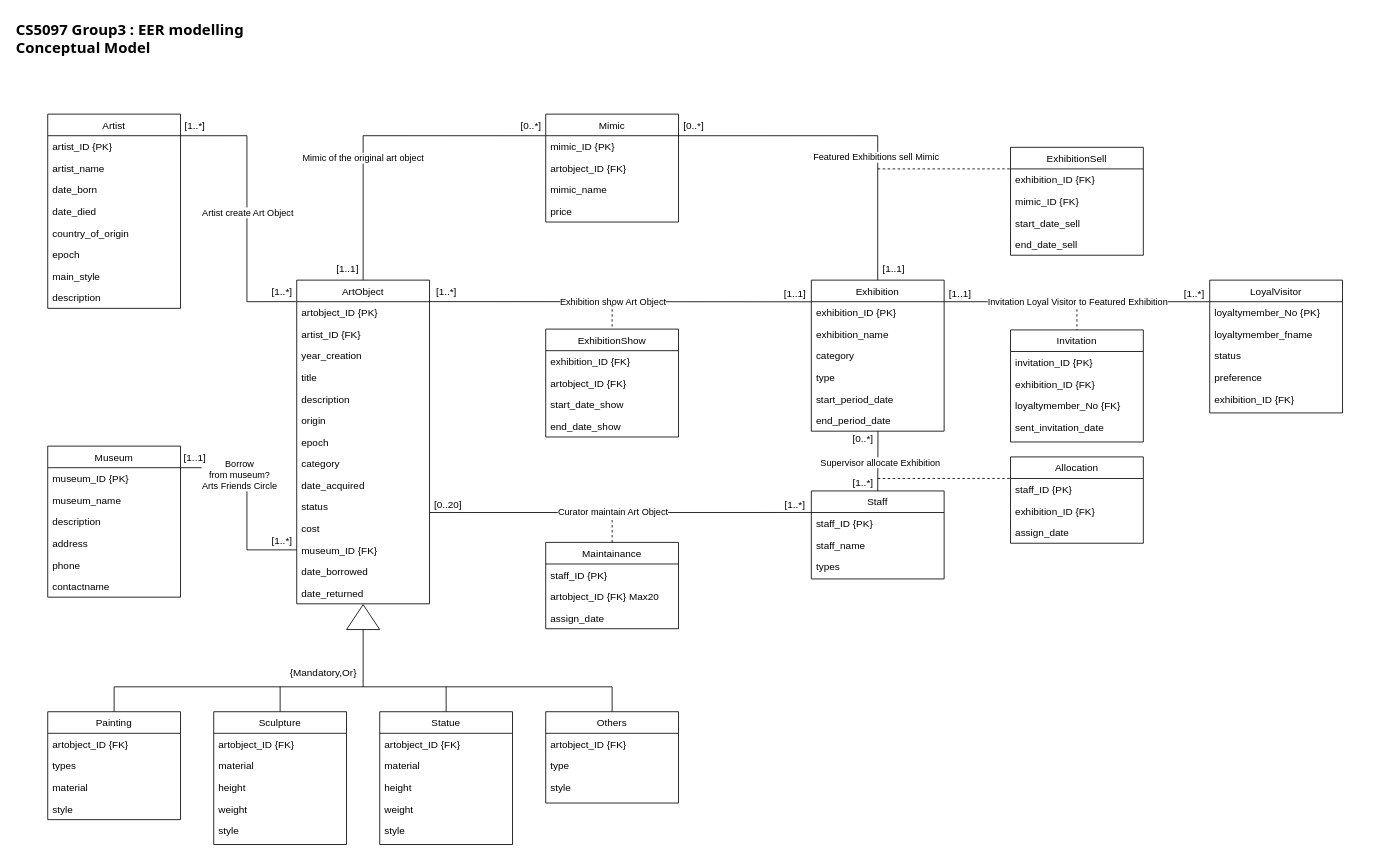
The draw.io diagram Group3_EER_Conceptual-model.drawio in chanokchut/CS5097, before the edit. Source tidied: cells renumbered, new cells numbered last; positions are measured from the earlier drawing's top-left corner, leaving out a move shared by most shapes. Both pictures are drawn from the tidied source at 83%, with x=0, y=0 at pixel (14, 14).
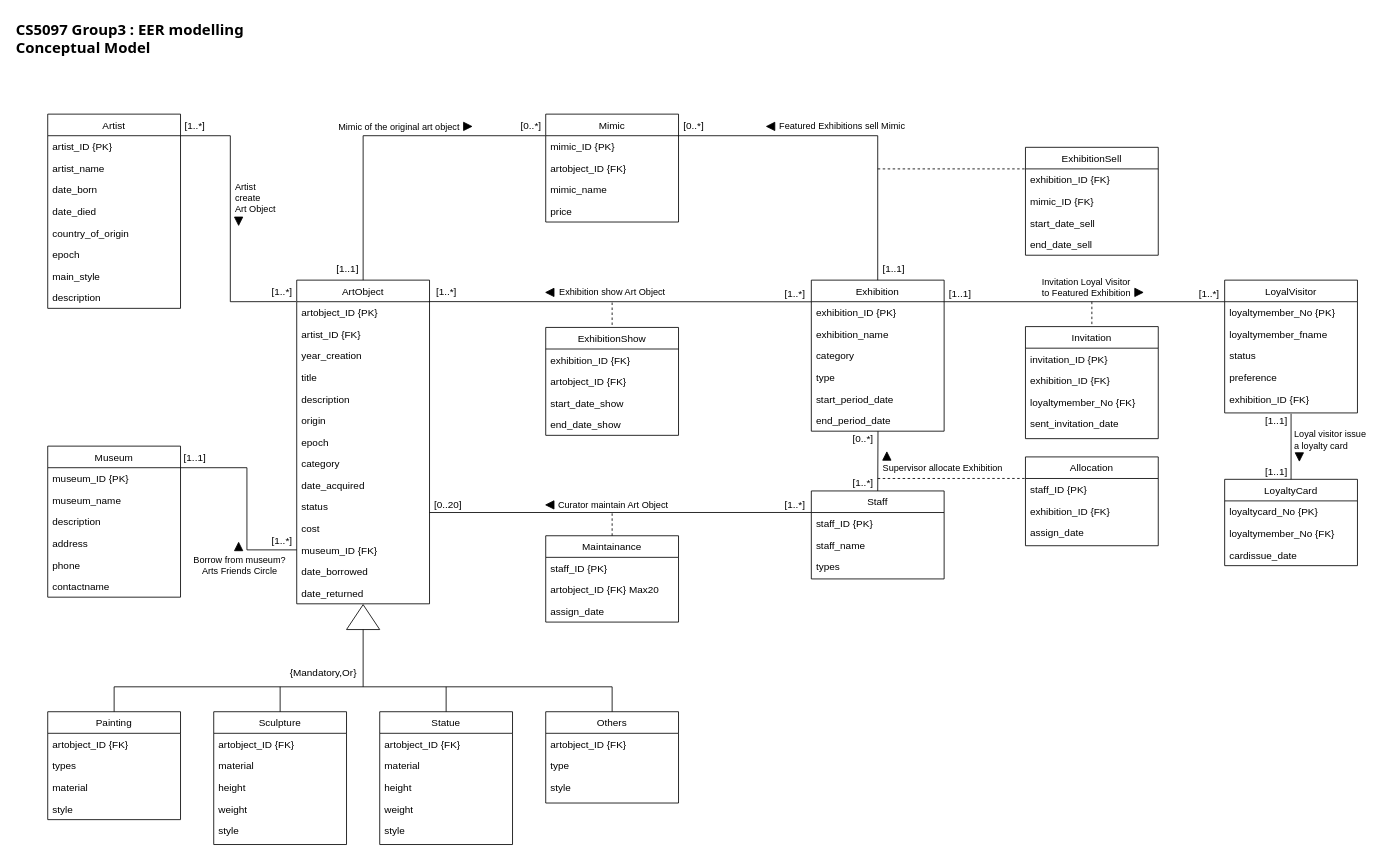
Above is the later version.

Unchanged cells that the change refers to:
```xml
<mxCell id="10" value="artobject_ID {PK}" style="text;align=left;verticalAlign=top;spacingLeft=4;spacingRight=4;overflow=hidden;points=[[0,0.5],[1,0.5]];portConstraint=eastwest;" parent="9" vertex="1">
  <mxGeometry y="26" width="160" height="26" as="geometry" />
</mxCell>
<mxCell id="25" value="artist_ID {PK}" style="text;align=left;verticalAlign=top;spacingLeft=4;spacingRight=4;overflow=hidden;points=[[0,0.5],[1,0.5]];portConstraint=eastwest;" parent="24" vertex="1">
  <mxGeometry y="26" width="160" height="26" as="geometry" />
</mxCell>
<mxCell id="71" value="exhibition_ID {FK}" style="text;align=left;verticalAlign=top;spacingLeft=4;spacingRight=4;overflow=hidden;points=[[0,0.5],[1,0.5]];portConstraint=eastwest;" parent="66" vertex="1">
  <mxGeometry y="130" width="160" height="26" as="geometry" />
</mxCell>
<mxCell id="107" style="endArrow=none;html=1;rounded=0;exitX=0;exitY=0.5;exitDx=0;exitDy=0;entryX=0.997;entryY=0;entryDx=0;entryDy=0;entryPerimeter=0;" parent="1" edge="1" source="21" target="3">
  <mxGeometry relative="1" as="geometry">
    <Array as="points">
      <mxPoint x="280" y="645" />
      <mxPoint x="280" y="546" />
    </Array>
  </mxGeometry>
</mxCell>
<mxCell id="112" style="endArrow=none;html=1;rounded=0;entryX=0.5;entryY=0;entryDx=0;entryDy=0;exitX=-0.002;exitY=0.001;exitDx=0;exitDy=0;exitPerimeter=0;" parent="1" edge="1" source="62" target="9">
  <mxGeometry relative="1" as="geometry">
    <Array as="points">
      <mxPoint x="420" y="146" />
    </Array>
  </mxGeometry>
</mxCell>
<mxCell id="114" style="endArrow=none;html=1;rounded=0;exitX=0.001;exitY=0.004;exitDx=0;exitDy=0;exitPerimeter=0;entryX=0.995;entryY=-0.004;entryDx=0;entryDy=0;entryPerimeter=0;" parent="1" edge="1" source="55" target="10">
  <mxGeometry relative="1" as="geometry" />
</mxCell>
<mxCell id="116" style="endArrow=none;html=1;rounded=0;exitX=0;exitY=-0.002;exitDx=0;exitDy=0;exitPerimeter=0;entryX=1;entryY=0.769;entryDx=0;entryDy=0;entryPerimeter=0;" parent="1" edge="1" source="73" target="19">
  <mxGeometry relative="1" as="geometry" />
</mxCell>
<mxCell id="118" style="endArrow=none;html=1;rounded=0;exitX=0;exitY=0;exitDx=0;exitDy=0;exitPerimeter=0;entryX=1;entryY=0;entryDx=0;entryDy=0;entryPerimeter=0;" parent="1" edge="1" source="67" target="55">
  <mxGeometry relative="1" as="geometry" />
</mxCell>
<mxCell id="124" style="endArrow=none;html=1;rounded=0;entryX=0.5;entryY=0;entryDx=0;entryDy=0;exitX=0.502;exitY=1.003;exitDx=0;exitDy=0;exitPerimeter=0;" parent="1" edge="1" source="60" target="72">
  <mxGeometry relative="1" as="geometry" />
</mxCell>
<mxCell id="126" style="endArrow=none;html=1;rounded=0;entryX=0.5;entryY=0;entryDx=0;entryDy=0;exitX=0.996;exitY=0.001;exitDx=0;exitDy=0;exitPerimeter=0;" parent="1" edge="1" source="62" target="54">
  <mxGeometry relative="1" as="geometry">
    <Array as="points">
      <mxPoint x="1040" y="146" />
    </Array>
  </mxGeometry>
</mxCell>
```

The edit, as a diff of the source:
```diff
@@
     <mxCell id="66" value="LoyalVisitor" style="swimlane;fontStyle=0;align=center;verticalAlign=top;horizontal=1;startSize=26;rounded=0;shadow=0;strokeWidth=1;" parent="1" vertex="1">
-      <mxGeometry x="1440" y="320" width="160" height="160" as="geometry" />
+      <mxGeometry x="1458" y="320" width="160" height="160" as="geometry" />
     </mxCell>
@@
     <mxCell id="76" value="Maintainance" style="swimlane;fontStyle=0;align=center;verticalAlign=top;horizontal=1;startSize=26;rounded=0;shadow=0;strokeWidth=1;" parent="1" vertex="1">
-      <mxGeometry x="640" y="636" width="160" height="104" as="geometry" />
+      <mxGeometry x="640" y="628" width="160" height="104" as="geometry" />
     </mxCell>
@@
     <mxCell id="80" value="Allocation" style="swimlane;fontStyle=0;align=center;verticalAlign=top;horizontal=1;startSize=26;rounded=0;shadow=0;strokeWidth=1;" parent="1" vertex="1">
-      <mxGeometry x="1200" y="533" width="160" height="104" as="geometry" />
+      <mxGeometry x="1218" y="533" width="160" height="107" as="geometry" />
     </mxCell>
@@
     <mxCell id="84" value="ExhibitionShow" style="swimlane;fontStyle=0;align=center;verticalAlign=top;horizontal=1;startSize=26;rounded=0;shadow=0;strokeWidth=1;" parent="1" vertex="1">
-      <mxGeometry x="640" y="379" width="160" height="130" as="geometry" />
+      <mxGeometry x="640" y="377" width="160" height="130" as="geometry" />
     </mxCell>
@@
     <mxCell id="89" value="ExhibitionSell" style="swimlane;fontStyle=0;align=center;verticalAlign=top;horizontal=1;startSize=26;rounded=0;shadow=0;strokeWidth=1;" parent="1" vertex="1">
-      <mxGeometry x="1200" y="160" width="160" height="130" as="geometry" />
+      <mxGeometry x="1218" y="160" width="160" height="130" as="geometry" />
     </mxCell>
@@
     <mxCell id="95" value="Invitation" style="swimlane;fontStyle=0;align=center;verticalAlign=top;horizontal=1;startSize=26;rounded=0;shadow=0;strokeWidth=1;" parent="1" vertex="1">
-      <mxGeometry x="1200" y="380" width="160" height="135" as="geometry" />
+      <mxGeometry x="1218" y="376" width="160" height="135" as="geometry" />
     </mxCell>
@@
-    <mxCell id="108" value="&lt;div&gt;Borrow &lt;br&gt;from museum?&lt;/div&gt;&lt;div&gt;Arts Friends Circle&lt;/div&gt;" style="edgeLabel;html=1;align=center;verticalAlign=middle;" parent="107" vertex="1">
+    <mxCell id="108" value="&lt;div&gt;Borrow from museum?&lt;/div&gt;&lt;div&gt;Arts Friends Circle&lt;/div&gt;" style="edgeLabel;html=1;align=center;verticalAlign=middle;" parent="107" vertex="1">
       <mxGeometry x="-0.24" y="-2" relative="1" as="geometry">
-        <mxPoint x="-12" y="-60" as="offset" />
+        <mxPoint x="-12" y="49" as="offset" />
       </mxGeometry>
     </mxCell>
     <mxCell id="109" style="endArrow=none;html=1;rounded=0;exitX=0.999;exitY=0.002;exitDx=0;exitDy=0;exitPerimeter=0;entryX=-0.005;entryY=-0.004;entryDx=0;entryDy=0;entryPerimeter=0;" parent="1" edge="1" source="25" target="10">
       <mxGeometry relative="1" as="geometry">
         <Array as="points">
-          <mxPoint x="280" y="146" />
-          <mxPoint x="280" y="346" />
+          <mxPoint x="260" y="146" />
+          <mxPoint x="260" y="346" />
         </Array>
       </mxGeometry>
     </mxCell>
-    <mxCell id="110" value="Artist create Art Object" style="edgeLabel;html=1;align=center;verticalAlign=middle;rotation=0;" parent="109" vertex="1">
+    <mxCell id="110" value="Artist&lt;br&gt;create&lt;br&gt;Art Object" style="edgeLabel;html=1;align=left;verticalAlign=middle;rotation=0;" parent="109" vertex="1">
       <mxGeometry x="-0.46" relative="1" as="geometry">
-        <mxPoint y="81" as="offset" />
+        <mxPoint x="4" y="43" as="offset" />
       </mxGeometry>
     </mxCell>
@@
     <mxCell id="113" value="Mimic of the original art object" style="edgeLabel;html=1;align=center;verticalAlign=middle;" parent="112" vertex="1">
       <mxGeometry x="0.1" y="2" relative="1" as="geometry">
-        <mxPoint x="-3" y="24" as="offset" />
+        <mxPoint x="40" y="-13" as="offset" />
       </mxGeometry>
     </mxCell>
@@
     <mxCell id="115" value="Exhibition show Art Object" style="edgeLabel;html=1;align=center;verticalAlign=middle;" parent="114" vertex="1">
       <mxGeometry x="0.01" y="1" relative="1" as="geometry">
-        <mxPoint x="-7" y="-1" as="offset" />
+        <mxPoint x="-8" y="-12" as="offset" />
       </mxGeometry>
     </mxCell>
@@
     <mxCell id="117" value="Curator maintain Art Object" style="edgeLabel;html=1;align=center;verticalAlign=middle;" parent="116" vertex="1">
       <mxGeometry x="-0.04" y="2" relative="1" as="geometry">
-        <mxPoint x="-19" y="-3" as="offset" />
+        <mxPoint x="-19" y="-11" as="offset" />
       </mxGeometry>
     </mxCell>
@@
-    <mxCell id="119" value="Invitation Loyal Visitor to Featured Exhibition" style="edgeLabel;html=1;align=center;verticalAlign=middle;" parent="118" vertex="1">
+    <mxCell id="119" value="Invitation Loyal Visitor&lt;div&gt;to Featured Exhibition&lt;/div&gt;" style="edgeLabel;html=1;align=center;verticalAlign=middle;" parent="118" vertex="1">
       <mxGeometry x="-0.03" y="3" relative="1" as="geometry">
-        <mxPoint x="-5" y="-3" as="offset" />
+        <mxPoint x="-4" y="-21" as="offset" />
       </mxGeometry>
     </mxCell>
     <mxCell id="120" style="endArrow=none;html=1;rounded=0;entryX=0.5;entryY=0;entryDx=0;entryDy=0;dashed=1;" parent="1" edge="1" target="84">
       <mxGeometry relative="1" as="geometry">
-        <mxPoint x="720" y="349" as="sourcePoint" />
+        <mxPoint x="720" y="347" as="sourcePoint" />
       </mxGeometry>
     </mxCell>
     <mxCell id="121" style="endArrow=none;html=1;rounded=0;entryX=0.5;entryY=0;entryDx=0;entryDy=0;dashed=1;" parent="1" edge="1" target="76">
       <mxGeometry relative="1" as="geometry">
-        <mxPoint x="720" y="609" as="sourcePoint" />
+        <mxPoint x="720" y="601" as="sourcePoint" />
       </mxGeometry>
     </mxCell>
     <mxCell id="122" style="endArrow=none;html=1;rounded=0;entryX=0.5;entryY=0;entryDx=0;entryDy=0;dashed=1;" parent="1" edge="1" target="95">
       <mxGeometry relative="1" as="geometry">
-        <mxPoint x="1280" y="355" as="sourcePoint" />
+        <mxPoint x="1298" y="346" as="sourcePoint" />
       </mxGeometry>
     </mxCell>
@@
     <mxCell id="125" value="Supervisor allocate Exhibition" style="edgeLabel;html=1;align=center;verticalAlign=middle;" parent="124" vertex="1">
-      <mxGeometry x="0.02" y="2" relative="1" as="geometry" />
+      <mxGeometry x="0.02" y="2" relative="1" as="geometry">
+        <mxPoint x="75" y="7" as="offset" />
+      </mxGeometry>
     </mxCell>
@@
     <mxCell id="127" value="Featured Exhibitions sell Mimic" style="edgeLabel;html=1;align=center;verticalAlign=middle;" parent="126" vertex="1">
       <mxGeometry x="0.29" y="2" relative="1" as="geometry">
-        <mxPoint x="-5" y="-1" as="offset" />
+        <mxPoint x="-46" y="-38" as="offset" />
       </mxGeometry>
     </mxCell>
@@
-    <mxCell id="135" value="[1..1]" style="text;html=1;align=center;verticalAlign=middle;whiteSpace=wrap;rounded=0;" parent="1" vertex="1">
+    <mxCell id="135" value="[1..*]" style="text;html=1;align=center;verticalAlign=middle;whiteSpace=wrap;rounded=0;" parent="1" vertex="1">
       <mxGeometry x="917.5" y="322" width="45" height="30" as="geometry" />
     </mxCell>
@@
     <mxCell id="140" value="[1..*]" style="text;html=1;align=center;verticalAlign=middle;whiteSpace=wrap;rounded=0;" parent="1" vertex="1">
-      <mxGeometry x="1399" y="322" width="45" height="30" as="geometry" />
+      <mxGeometry x="1417" y="322" width="45" height="30" as="geometry" />
     </mxCell>
@@
+    <mxCell id="145" value="LoyaltyCard" style="swimlane;fontStyle=0;align=center;verticalAlign=top;horizontal=1;startSize=26;rounded=0;shadow=0;strokeWidth=1;" parent="1" vertex="1">
+      <mxGeometry x="1458" y="560" width="160" height="104" as="geometry" />
+    </mxCell>
+    <mxCell id="146" value="loyaltycard_No {PK}" style="text;align=left;verticalAlign=top;spacingLeft=4;spacingRight=4;overflow=hidden;" parent="145" vertex="1">
+      <mxGeometry y="26" width="160" height="26" as="geometry" />
+    </mxCell>
+    <mxCell id="147" value="loyaltymember_No {FK}" style="text;align=left;verticalAlign=top;spacingLeft=4;spacingRight=4;overflow=hidden;" parent="145" vertex="1">
+      <mxGeometry y="52" width="160" height="26" as="geometry" />
+    </mxCell>
+    <mxCell id="148" value="cardissue_date" style="text;align=left;verticalAlign=top;spacingLeft=4;spacingRight=4;overflow=hidden;" parent="145" vertex="1">
+      <mxGeometry y="78" width="160" height="26" as="geometry" />
+    </mxCell>
+    <mxCell id="149" style="endArrow=none;html=1;rounded=0;entryX=0.5;entryY=1.192;entryDx=0;entryDy=0;entryPerimeter=0;exitX=0.5;exitY=0;exitDx=0;exitDy=0;" parent="1" edge="1" source="145" target="71">
+      <mxGeometry relative="1" as="geometry" />
+    </mxCell>
+    <mxCell id="150" value="Loyal visitor issue&lt;div&gt;a loyalty card&lt;/div&gt;" style="edgeLabel;html=1;align=left;verticalAlign=middle;" parent="149" vertex="1">
+      <mxGeometry x="0.05" y="-2" relative="1" as="geometry">
+        <mxPoint y="-7" as="offset" />
+      </mxGeometry>
+    </mxCell>
+    <mxCell id="151" value="[1..1]" style="text;html=1;align=center;verticalAlign=middle;whiteSpace=wrap;rounded=0;" parent="1" vertex="1">
+      <mxGeometry x="1498" y="475" width="45" height="30" as="geometry" />
+    </mxCell>
+    <mxCell id="152" value="[1..1]" style="text;html=1;align=center;verticalAlign=middle;whiteSpace=wrap;rounded=0;" parent="1" vertex="1">
+      <mxGeometry x="1498" y="536" width="45" height="30" as="geometry" />
+    </mxCell>
+    <mxCell id="153" style="shape=mxgraph.arrows2.wedgeArrow;html=1;startWidth=5;fillColor=strokeColor;defaultFillColor=invert;defaultGradientColor=invert;rounded=0;endSize=8;arcSize=100;" parent="1" edge="1">
+      <mxGeometry relative="1" as="geometry">
+        <mxPoint x="270" y="244" as="sourcePoint" />
+        <mxPoint x="270" y="254" as="targetPoint" />
+      </mxGeometry>
+    </mxCell>
+    <mxCell id="154" style="shape=mxgraph.arrows2.wedgeArrow;html=1;startWidth=5;fillColor=strokeColor;defaultFillColor=invert;defaultGradientColor=invert;rounded=0;endSize=8;arcSize=100;" parent="1" edge="1">
+      <mxGeometry relative="1" as="geometry">
+        <mxPoint x="541" y="134.8" as="sourcePoint" />
+        <mxPoint x="551" y="134.8" as="targetPoint" />
+      </mxGeometry>
+    </mxCell>
+    <mxCell id="155" style="shape=mxgraph.arrows2.wedgeArrow;html=1;startWidth=5;fillColor=strokeColor;defaultFillColor=invert;defaultGradientColor=invert;rounded=0;endSize=8;arcSize=100;" parent="1" edge="1">
+      <mxGeometry relative="1" as="geometry">
+        <mxPoint x="916" y="134.8" as="sourcePoint" />
+        <mxPoint x="906" y="134.8" as="targetPoint" />
+      </mxGeometry>
+    </mxCell>
+    <mxCell id="156" style="shape=mxgraph.arrows2.wedgeArrow;html=1;startWidth=5;fillColor=strokeColor;defaultFillColor=invert;defaultGradientColor=invert;rounded=0;endSize=8;arcSize=100;" parent="1" edge="1">
+      <mxGeometry relative="1" as="geometry">
+        <mxPoint x="270" y="646" as="sourcePoint" />
+        <mxPoint x="270" y="636" as="targetPoint" />
+      </mxGeometry>
+    </mxCell>
+    <mxCell id="157" style="shape=mxgraph.arrows2.wedgeArrow;html=1;startWidth=5;fillColor=strokeColor;defaultFillColor=invert;defaultGradientColor=invert;rounded=0;endSize=8;arcSize=100;" parent="1" edge="1">
+      <mxGeometry relative="1" as="geometry">
+        <mxPoint x="650" y="334.8" as="sourcePoint" />
+        <mxPoint x="640" y="334.8" as="targetPoint" />
+      </mxGeometry>
+    </mxCell>
+    <mxCell id="158" style="shape=mxgraph.arrows2.wedgeArrow;html=1;startWidth=5;fillColor=strokeColor;defaultFillColor=invert;defaultGradientColor=invert;rounded=0;endSize=8;arcSize=100;" parent="1" edge="1">
+      <mxGeometry relative="1" as="geometry">
+        <mxPoint x="650" y="590.8" as="sourcePoint" />
+        <mxPoint x="640" y="590.8" as="targetPoint" />
+      </mxGeometry>
+    </mxCell>
+    <mxCell id="159" style="shape=mxgraph.arrows2.wedgeArrow;html=1;startWidth=5;fillColor=strokeColor;defaultFillColor=invert;defaultGradientColor=invert;rounded=0;endSize=8;arcSize=100;" parent="1" edge="1">
+      <mxGeometry relative="1" as="geometry">
+        <mxPoint x="1051" y="537" as="sourcePoint" />
+        <mxPoint x="1051" y="527" as="targetPoint" />
+      </mxGeometry>
+    </mxCell>
+    <mxCell id="160" style="shape=mxgraph.arrows2.wedgeArrow;html=1;startWidth=5;fillColor=strokeColor;defaultFillColor=invert;defaultGradientColor=invert;rounded=0;endSize=8;arcSize=100;" parent="1" edge="1">
+      <mxGeometry relative="1" as="geometry">
+        <mxPoint x="1349.7" y="334.8" as="sourcePoint" />
+        <mxPoint x="1359.7" y="334.8" as="targetPoint" />
+      </mxGeometry>
+    </mxCell>
+    <mxCell id="161" style="shape=mxgraph.arrows2.wedgeArrow;html=1;startWidth=5;fillColor=strokeColor;defaultFillColor=invert;defaultGradientColor=invert;rounded=0;endSize=8;arcSize=100;" parent="1" edge="1">
+      <mxGeometry relative="1" as="geometry">
+        <mxPoint x="1548" y="528" as="sourcePoint" />
+        <mxPoint x="1548" y="538" as="targetPoint" />
+      </mxGeometry>
+    </mxCell>
```
